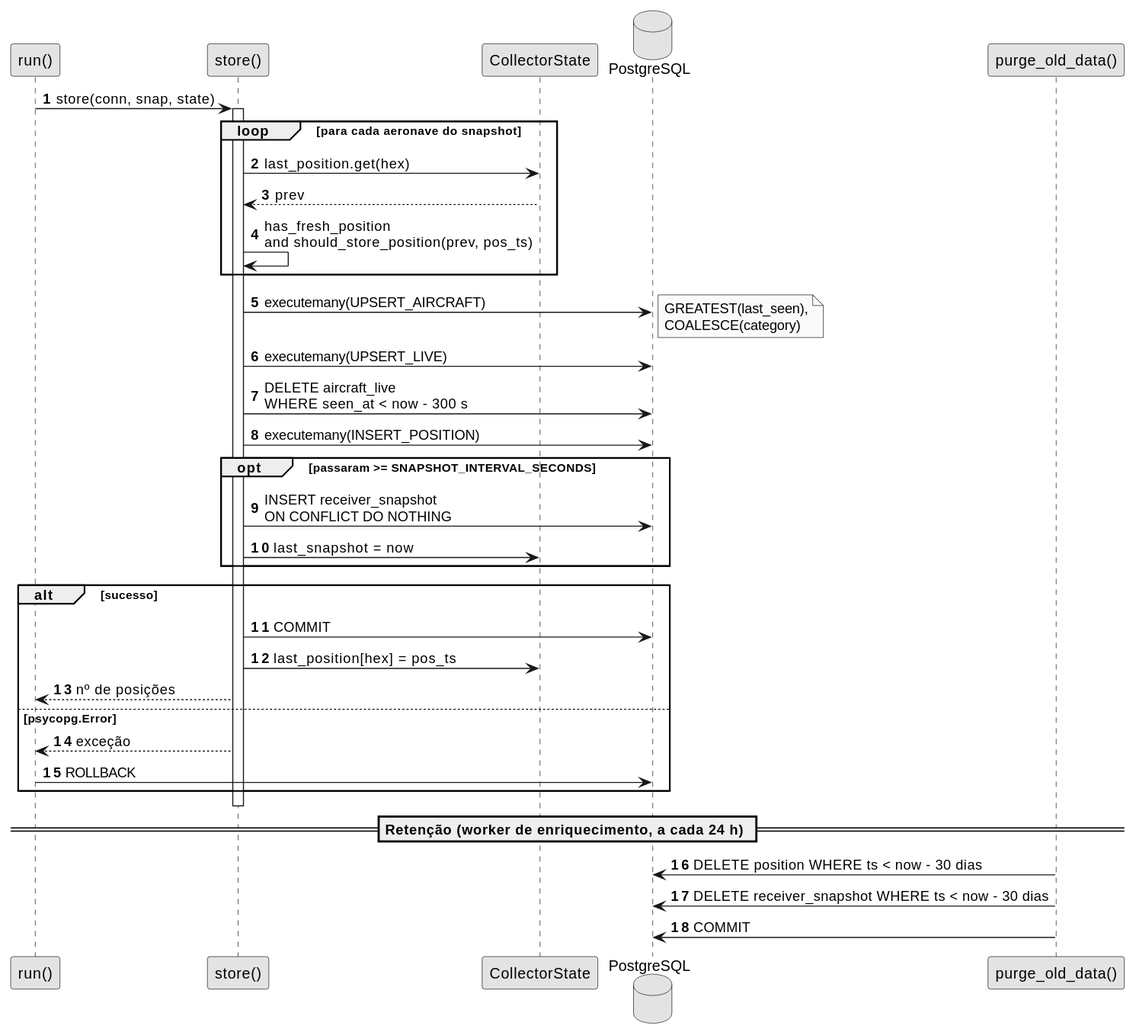
Above: docs/system-documentation/use-cases/US02/svg/sd_us02.svg in miguelsiilva1/SkyTracer (PlantUML), before the change.
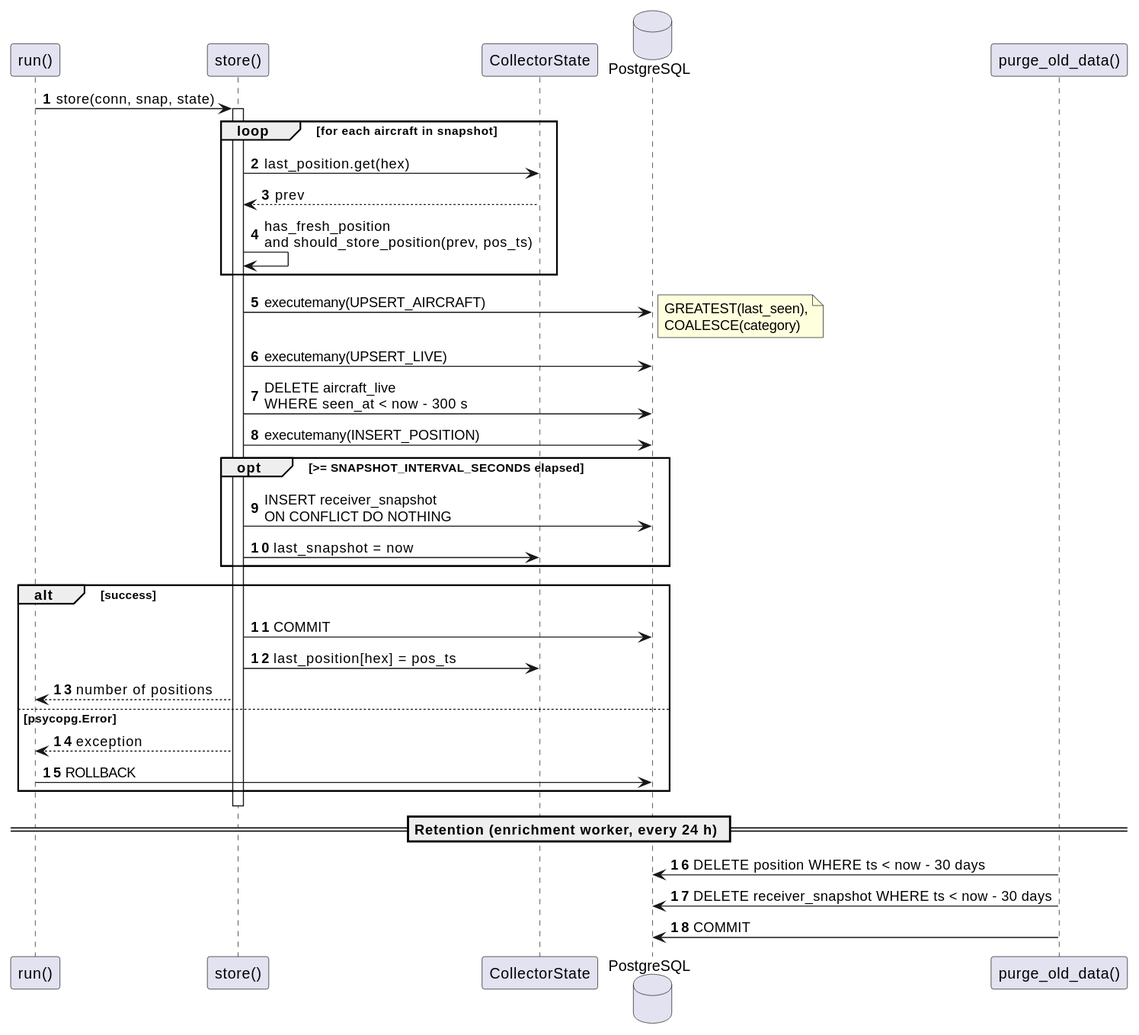
Above is the later version.

The edit, as a diff of the source:
```diff
@@ -1,6 +1,5 @@
 @startuml
 autonumber
-skinparam monochrome true
 participant "run()" as Run
 participant "store()" as Store
 participant "CollectorState" as State
@@ -8,7 +7,7 @@
 
 Run -> Store : store(conn, snap, state)
 activate Store
-loop para cada aeronave do snapshot
+loop for each aircraft in snapshot
   Store -> State : last_position.get(hex)
   State --> Store : prev
   Store -> Store : has_fresh_position\nand should_store_position(prev, pos_ts)
@@ -20,24 +19,24 @@
 Store -> DB : DELETE aircraft_live\nWHERE seen_at < now - 300 s
 Store -> DB : executemany(INSERT_POSITION)
 
-opt passaram >= SNAPSHOT_INTERVAL_SECONDS
+opt >= SNAPSHOT_INTERVAL_SECONDS elapsed
   Store -> DB : INSERT receiver_snapshot\nON CONFLICT DO NOTHING
   Store -> State : last_snapshot = now
 end
 
-alt sucesso
+alt success
   Store -> DB : COMMIT
   Store -> State : last_position[hex] = pos_ts
-  Store --> Run : nº de posições
+  Store --> Run : number of positions
 else psycopg.Error
-  Store --> Run : exceção
+  Store --> Run : exception
   Run -> DB : ROLLBACK
 end
 deactivate Store
 
-== Retenção (worker de enriquecimento, a cada 24 h) ==
+== Retention (enrichment worker, every 24 h) ==
 participant "purge_old_data()" as Purge
-Purge -> DB : DELETE position WHERE ts < now - 30 dias
-Purge -> DB : DELETE receiver_snapshot WHERE ts < now - 30 dias
+Purge -> DB : DELETE position WHERE ts < now - 30 days
+Purge -> DB : DELETE receiver_snapshot WHERE ts < now - 30 days
 Purge -> DB : COMMIT
 @enduml
```
